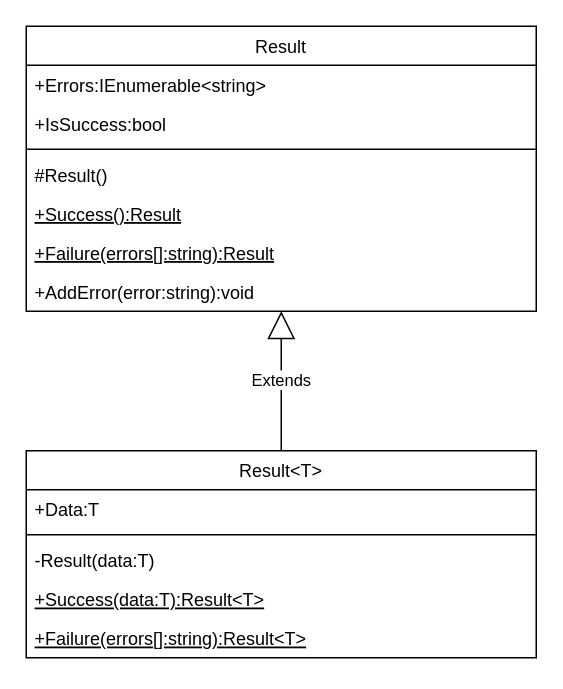
juskis4/ViaEventAssociation keeps this draw.io diagram as Docs/Assignment3/Result_class_diagram.drawio. Above is the earlier version. Source tidied: cells renumbered, new cells numbered last; positions are measured from the earlier drawing's top-left corner, leaving out a move shared by most shapes. Both pictures are drawn from the tidied source at 150%, with x=0, y=0 at pixel (26, 26).
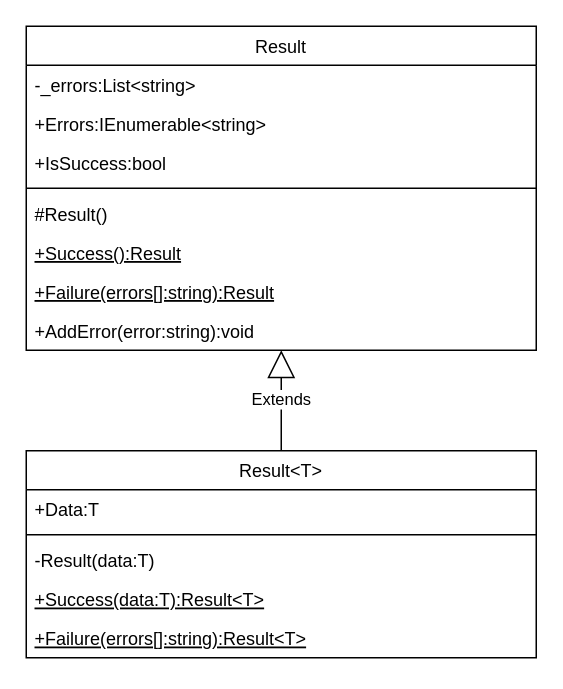
The same page after the edit.

The edit, as a diff of the source:
```diff
@@
 <mxGraphModel>
   <root>
     <mxCell id="0" />
     <mxCell id="1" parent="0" />
     <mxCell id="2" value="Result" style="swimlane;fontStyle=0;align=center;verticalAlign=top;horizontal=1;startSize=26;rounded=0;shadow=0;strokeWidth=1;" parent="1" vertex="1">
-      <mxGeometry width="340" height="190" as="geometry" />
+      <mxGeometry width="340" height="216" as="geometry" />
     </mxCell>
+    <mxCell id="17" value="-_errors:List&lt;string&gt;" style="text;align=left;verticalAlign=top;spacingLeft=4;spacingRight=4;overflow=hidden;" parent="2" vertex="1">
+      <mxGeometry y="26" width="340" height="26" as="geometry" />
+    </mxCell>
     <mxCell id="3" value="+Errors:IEnumerable&lt;string&gt;" style="text;align=left;verticalAlign=top;spacingLeft=4;spacingRight=4;overflow=hidden;" parent="2" vertex="1">
-      <mxGeometry y="26" width="340" height="26" as="geometry" />
+      <mxGeometry y="52" width="340" height="26" as="geometry" />
     </mxCell>
     <mxCell id="4" value="+IsSuccess:bool" style="text;align=left;verticalAlign=top;spacingLeft=4;spacingRight=4;overflow=hidden;rounded=0;shadow=0;html=0;" parent="2" vertex="1">
-      <mxGeometry y="52" width="340" height="26" as="geometry" />
+      <mxGeometry y="78" width="340" height="26" as="geometry" />
     </mxCell>
     <mxCell id="5" style="line;html=1;strokeWidth=1;align=left;verticalAlign=middle;spacingTop=-1;spacingLeft=3;spacingRight=3;labelPosition=right;" parent="2" vertex="1">
-      <mxGeometry y="78" width="340" height="8" as="geometry" />
+      <mxGeometry y="104" width="340" height="8" as="geometry" />
     </mxCell>
     <mxCell id="6" value="#Result()" style="text;align=left;verticalAlign=top;spacingLeft=4;spacingRight=4;overflow=hidden;fontStyle=0;" parent="2" vertex="1">
-      <mxGeometry y="86" width="340" height="26" as="geometry" />
+      <mxGeometry y="112" width="340" height="26" as="geometry" />
     </mxCell>
     <mxCell id="7" value="+Success():Result" style="text;align=left;verticalAlign=top;spacingLeft=4;spacingRight=4;overflow=hidden;fontStyle=4;" parent="2" vertex="1">
-      <mxGeometry y="112" width="340" height="26" as="geometry" />
+      <mxGeometry y="138" width="340" height="26" as="geometry" />
     </mxCell>
     <mxCell id="8" value="+Failure(errors[]:string):Result" style="text;align=left;verticalAlign=top;spacingLeft=4;spacingRight=4;overflow=hidden;fontStyle=4;" parent="2" vertex="1">
-      <mxGeometry y="138" width="340" height="26" as="geometry" />
+      <mxGeometry y="164" width="340" height="26" as="geometry" />
     </mxCell>
     <mxCell id="9" value="+AddError(error:string):void" style="text;align=left;verticalAlign=top;spacingLeft=4;spacingRight=4;overflow=hidden;fontStyle=0;" parent="2" vertex="1">
-      <mxGeometry y="164" width="340" height="26" as="geometry" />
+      <mxGeometry y="190" width="340" height="26" as="geometry" />
     </mxCell>
     <mxCell id="10" value="Extends" style="endArrow=block;endSize=16;endFill=0;html=1;rounded=0;" parent="1" edge="1" source="11" target="2">
       <mxGeometry relative="1" as="geometry" />
     </mxCell>
     <mxCell id="11" value="Result&lt;T&gt;" style="swimlane;fontStyle=0;align=center;verticalAlign=top;horizontal=1;startSize=26;rounded=0;shadow=0;strokeWidth=1;" parent="1" vertex="1">
       <mxGeometry y="283" width="340" height="138" as="geometry" />
     </mxCell>
     <mxCell id="12" value="+Data:T" style="text;align=left;verticalAlign=top;spacingLeft=4;spacingRight=4;overflow=hidden;" parent="11" vertex="1">
       <mxGeometry y="26" width="340" height="26" as="geometry" />
     </mxCell>
     <mxCell id="13" style="line;html=1;strokeWidth=1;align=left;verticalAlign=middle;spacingTop=-1;spacingLeft=3;spacingRight=3;labelPosition=right;" parent="11" vertex="1">
       <mxGeometry y="52" width="340" height="8" as="geometry" />
     </mxCell>
     <mxCell id="14" value="-Result(data:T)" style="text;align=left;verticalAlign=top;spacingLeft=4;spacingRight=4;overflow=hidden;fontStyle=0;" parent="11" vertex="1">
       <mxGeometry y="60" width="340" height="26" as="geometry" />
     </mxCell>
     <mxCell id="15" value="+Success(data:T):Result&lt;T&gt;" style="text;align=left;verticalAlign=top;spacingLeft=4;spacingRight=4;overflow=hidden;rounded=0;shadow=0;html=0;fontStyle=4;" parent="11" vertex="1">
       <mxGeometry y="86" width="340" height="26" as="geometry" />
     </mxCell>
     <mxCell id="16" value="+Failure(errors[]:string):Result&lt;T&gt;" style="text;align=left;verticalAlign=top;spacingLeft=4;spacingRight=4;overflow=hidden;fontStyle=4;" parent="11" vertex="1">
       <mxGeometry y="112" width="340" height="26" as="geometry" />
     </mxCell>
   </root>
 </mxGraphModel>
```
